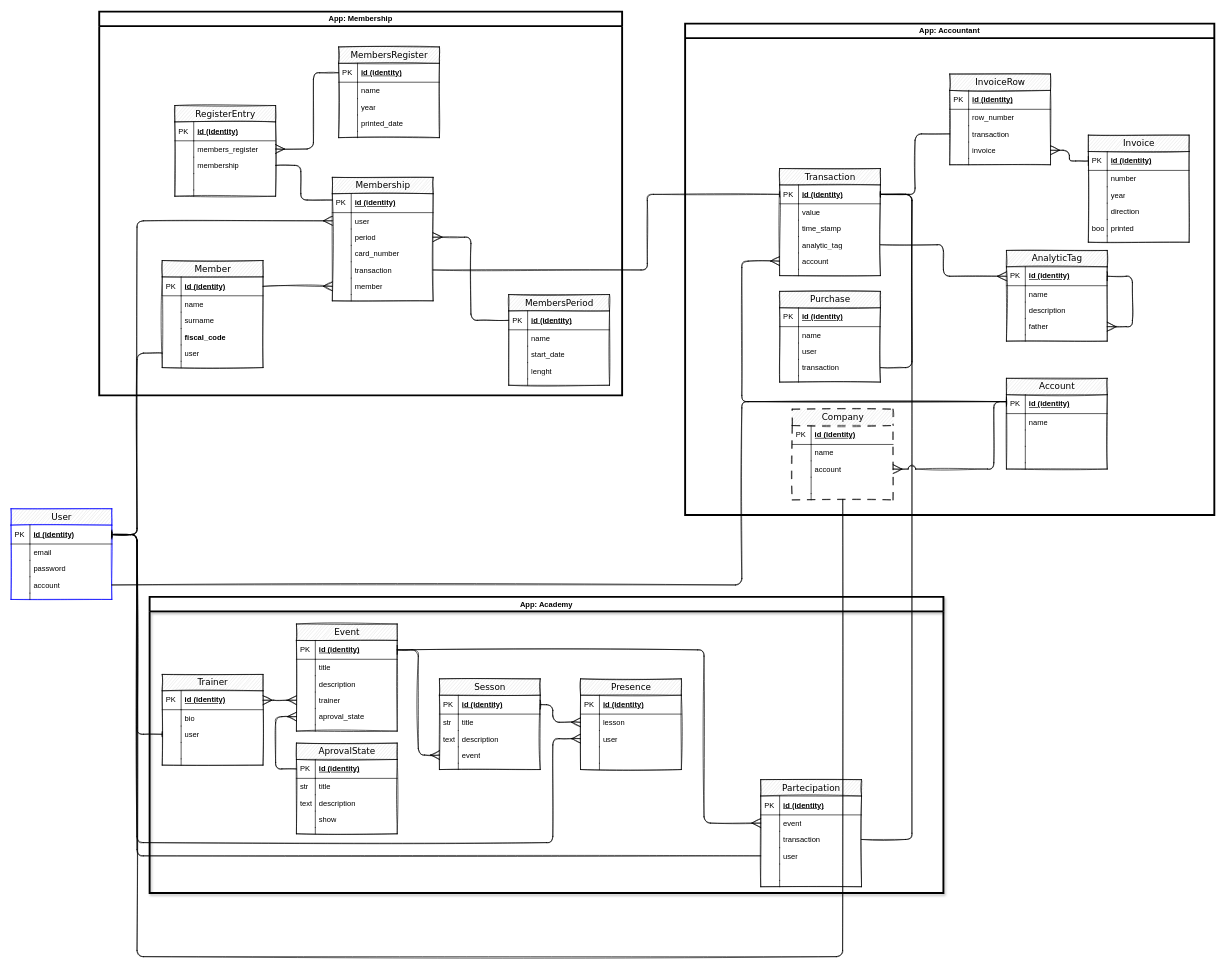
This is doc/asso-er.drawio from ConoscereLinux/asso-django, a draw.io file, before an edit. Source tidied: cells renumbered, new cells numbered last; positions are measured from the earlier drawing's top-left corner, leaving out a move shared by most shapes. Both pictures are drawn from the tidied source at 63%, with x=0, y=0 at pixel (11, 11).
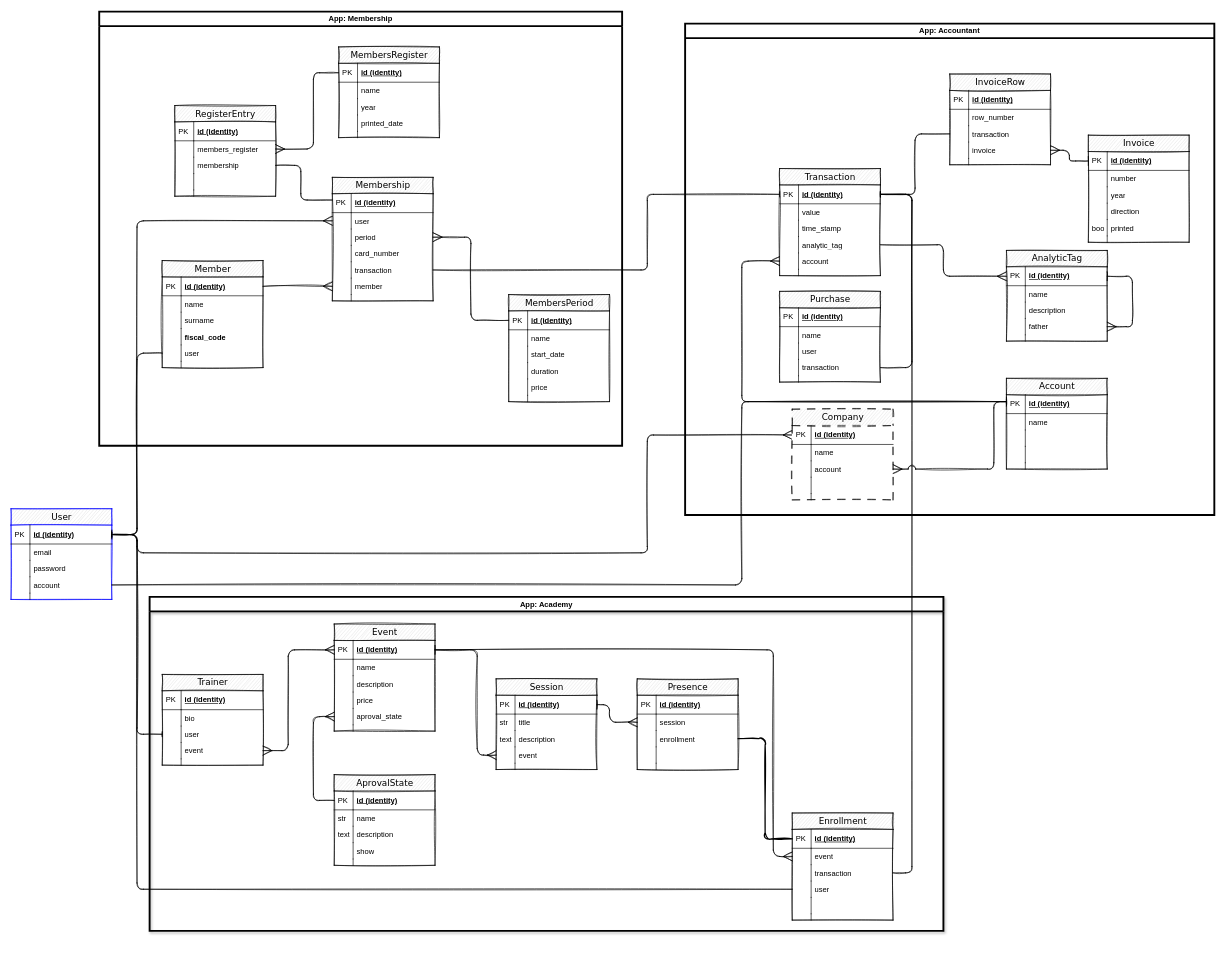
The same diagram, later.

Commit message:
Made some correction to Memeership and Academia apps.

The change refers to these unchanged cells:
```xml
<mxCell id="4" value="id (identity)" style="shape=partialRectangle;top=0;left=0;right=0;bottom=1;html=1;align=left;verticalAlign=middle;fillColor=none;spacingLeft=34;spacingRight=4;whiteSpace=wrap;overflow=hidden;points=[[0,0.5],[1,0.5]];portConstraint=eastwest;fontStyle=5;" parent="3" vertex="1">
  <mxGeometry y="26" width="160" height="30" as="geometry" />
</mxCell>
<mxCell id="15" value="id (identity)" style="shape=partialRectangle;top=0;left=0;right=0;bottom=1;html=1;align=left;verticalAlign=middle;fillColor=none;spacingLeft=34;spacingRight=4;whiteSpace=wrap;overflow=hidden;points=[[0,0.5],[1,0.5]];portConstraint=eastwest;fontStyle=5;" parent="14" vertex="1">
  <mxGeometry y="26" width="160" height="30" as="geometry" />
</mxCell>
<mxCell id="82" value="Trainer" style="swimlane;html=1;fontStyle=0;horizontal=1;startSize=26;fillColor=#e0e0e0;swimlaneFillColor=#ffffff;align=center;rounded=0;shadow=0;comic=0;labelBackgroundColor=none;strokeWidth=1;fontFamily=Verdana;fontSize=14;sketch=1;" parent="1" vertex="1">
  <mxGeometry x="240" y="1052" width="160" height="144" as="geometry" />
</mxCell>
<mxCell id="83" value="id (identity)" style="shape=partialRectangle;top=0;left=0;right=0;bottom=1;html=1;align=left;verticalAlign=middle;fillColor=none;spacingLeft=34;spacingRight=4;whiteSpace=wrap;overflow=hidden;points=[[0,0.5],[1,0.5]];portConstraint=eastwest;fontStyle=5;" parent="82" vertex="1">
  <mxGeometry y="26" width="160" height="30" as="geometry" />
</mxCell>
<mxCell id="95" value="id (identity)" style="shape=partialRectangle;top=0;left=0;right=0;bottom=1;html=1;align=left;verticalAlign=middle;fillColor=none;spacingLeft=34;spacingRight=4;whiteSpace=wrap;overflow=hidden;points=[[0,0.5],[1,0.5]];portConstraint=eastwest;fontStyle=5;" parent="94" vertex="1">
  <mxGeometry y="26" width="160" height="30" as="geometry" />
</mxCell>
<mxCell id="103" value="aproval_state" style="shape=partialRectangle;top=0;left=0;right=0;bottom=0;html=1;align=left;verticalAlign=top;fillColor=none;spacingLeft=34;spacingRight=4;whiteSpace=wrap;overflow=hidden;points=[[0,0.5],[1,0.5]];portConstraint=eastwest;" parent="94" vertex="1">
  <mxGeometry y="134" width="160" height="26" as="geometry" />
</mxCell>
<mxCell id="108" value="id (identity)" style="shape=partialRectangle;top=0;left=0;right=0;bottom=1;html=1;align=left;verticalAlign=middle;fillColor=none;spacingLeft=34;spacingRight=4;whiteSpace=wrap;overflow=hidden;points=[[0,0.5],[1,0.5]];portConstraint=eastwest;fontStyle=5;" parent="107" vertex="1">
  <mxGeometry y="26" width="160" height="30" as="geometry" />
</mxCell>
<mxCell id="110" value="event" style="shape=partialRectangle;top=0;left=0;right=0;bottom=0;html=1;align=left;verticalAlign=top;fillColor=none;spacingLeft=34;spacingRight=4;whiteSpace=wrap;overflow=hidden;points=[[0,0.5],[1,0.5]];portConstraint=eastwest;" parent="107" vertex="1">
  <mxGeometry y="56" width="160" height="26" as="geometry" />
</mxCell>
<mxCell id="114" value="user" style="shape=partialRectangle;top=0;left=0;right=0;bottom=0;html=1;align=left;verticalAlign=top;fillColor=none;spacingLeft=34;spacingRight=4;whiteSpace=wrap;overflow=hidden;points=[[0,0.5],[1,0.5]];portConstraint=eastwest;" parent="107" vertex="1">
  <mxGeometry y="108" width="160" height="26" as="geometry" />
</mxCell>
<mxCell id="150" value="id (identity)" style="shape=partialRectangle;top=0;left=0;right=0;bottom=1;html=1;align=left;verticalAlign=middle;fillColor=none;spacingLeft=34;spacingRight=4;whiteSpace=wrap;overflow=hidden;points=[[0,0.5],[1,0.5]];portConstraint=eastwest;fontStyle=5;" parent="149" vertex="1">
  <mxGeometry y="26" width="160" height="30" as="geometry" />
</mxCell>
<mxCell id="156" value="event" style="shape=partialRectangle;top=0;left=0;right=0;bottom=0;html=1;align=left;verticalAlign=top;fillColor=none;spacingLeft=34;spacingRight=4;whiteSpace=wrap;overflow=hidden;points=[[0,0.5],[1,0.5]];portConstraint=eastwest;" parent="149" vertex="1">
  <mxGeometry y="108" width="160" height="26" as="geometry" />
</mxCell>
<mxCell id="241" value="id (identity)" style="shape=partialRectangle;top=0;left=0;right=0;bottom=1;html=1;align=left;verticalAlign=middle;fillColor=none;spacingLeft=34;spacingRight=4;whiteSpace=wrap;overflow=hidden;points=[[0,0.5],[1,0.5]];portConstraint=eastwest;fontStyle=5;" parent="240" vertex="1">
  <mxGeometry y="26" width="160" height="30" as="geometry" />
</mxCell>
```

The edit, as a diff of the source:
```diff
@@
     <mxCell id="2" value="App: Academy" style="swimlane;whiteSpace=wrap;html=1;strokeWidth=3;gradientColor=none;swimlaneFillColor=none;glass=0;rounded=0;shadow=1;fillStyle=auto;" parent="1" vertex="1">
-      <mxGeometry x="220" y="929" width="1260" height="470" as="geometry" />
+      <mxGeometry x="220" y="929" width="1260" height="530" as="geometry" />
     </mxCell>
     <mxCell id="3" value="AprovalState" style="swimlane;html=1;fontStyle=0;horizontal=1;startSize=26;fillColor=#e0e0e0;swimlaneFillColor=#ffffff;align=center;rounded=0;shadow=0;comic=0;labelBackgroundColor=none;strokeWidth=1;fontFamily=Verdana;fontSize=14;sketch=1;" parent="2" vertex="1">
-      <mxGeometry x="233" y="232" width="160" height="144" as="geometry" />
+      <mxGeometry x="293" y="282" width="160" height="144" as="geometry" />
     </mxCell>
@@
-    <mxCell id="6" value="title" style="shape=partialRectangle;top=0;left=0;right=0;bottom=0;html=1;align=left;verticalAlign=top;fillColor=none;spacingLeft=34;spacingRight=4;whiteSpace=wrap;overflow=hidden;" parent="3" vertex="1">
+    <mxCell id="6" value="name" style="shape=partialRectangle;top=0;left=0;right=0;bottom=0;html=1;align=left;verticalAlign=top;fillColor=none;spacingLeft=34;spacingRight=4;whiteSpace=wrap;overflow=hidden;" parent="3" vertex="1">
       <mxGeometry y="56" width="160" height="26" as="geometry" />
     </mxCell>
@@
-    <mxCell id="89" style="shape=partialRectangle;top=0;left=0;right=0;bottom=0;html=1;align=left;verticalAlign=top;fillColor=none;spacingLeft=34;spacingRight=4;whiteSpace=wrap;overflow=hidden;points=[[0,0.5],[1,0.5]];portConstraint=eastwest;" parent="82" vertex="1">
+    <mxCell id="89" value="event" style="shape=partialRectangle;top=0;left=0;right=0;bottom=0;html=1;align=left;verticalAlign=top;fillColor=none;spacingLeft=34;spacingRight=4;whiteSpace=wrap;overflow=hidden;points=[[0,0.5],[1,0.5]];portConstraint=eastwest;" parent="82" vertex="1">
       <mxGeometry y="108" width="160" height="26" as="geometry" />
     </mxCell>
@@
     <mxCell id="94" value="Event" style="swimlane;html=1;fontStyle=0;horizontal=1;startSize=26;fillColor=#e0e0e0;swimlaneFillColor=#ffffff;align=center;rounded=0;shadow=0;comic=0;labelBackgroundColor=none;strokeWidth=1;fontFamily=Verdana;fontSize=14;sketch=1;" parent="1" vertex="1">
-      <mxGeometry x="453" y="972" width="160" height="170" as="geometry" />
+      <mxGeometry x="513" y="972" width="160" height="170" as="geometry" />
     </mxCell>
@@
-    <mxCell id="97" value="title" style="shape=partialRectangle;top=0;left=0;right=0;bottom=0;html=1;align=left;verticalAlign=top;fillColor=none;spacingLeft=34;spacingRight=4;whiteSpace=wrap;overflow=hidden;" parent="94" vertex="1">
+    <mxCell id="97" value="name" style="shape=partialRectangle;top=0;left=0;right=0;bottom=0;html=1;align=left;verticalAlign=top;fillColor=none;spacingLeft=34;spacingRight=4;whiteSpace=wrap;overflow=hidden;" parent="94" vertex="1">
       <mxGeometry y="56" width="160" height="26" as="geometry" />
     </mxCell>
@@
-    <mxCell id="101" value="trainer" style="shape=partialRectangle;top=0;left=0;right=0;bottom=0;html=1;align=left;verticalAlign=top;fillColor=none;spacingLeft=34;spacingRight=4;whiteSpace=wrap;overflow=hidden;points=[[0,0.5],[1,0.5]];portConstraint=eastwest;" parent="94" vertex="1">
+    <mxCell id="101" value="price" style="shape=partialRectangle;top=0;left=0;right=0;bottom=0;html=1;align=left;verticalAlign=top;fillColor=none;spacingLeft=34;spacingRight=4;whiteSpace=wrap;overflow=hidden;points=[[0,0.5],[1,0.5]];portConstraint=eastwest;" parent="94" vertex="1">
       <mxGeometry y="108" width="160" height="26" as="geometry" />
     </mxCell>
@@
-    <mxCell id="107" value="Partecipation" style="swimlane;html=1;fontStyle=0;horizontal=1;startSize=26;fillColor=#e0e0e0;swimlaneFillColor=#ffffff;align=center;rounded=0;shadow=0;comic=0;labelBackgroundColor=none;strokeWidth=1;fontFamily=Verdana;fontSize=14;sketch=1;" parent="1" vertex="1">
-      <mxGeometry x="1190" y="1219" width="160" height="170" as="geometry" />
+    <mxCell id="107" value="Enrollment" style="swimlane;html=1;fontStyle=0;horizontal=1;startSize=26;fillColor=#e0e0e0;swimlaneFillColor=#ffffff;align=center;rounded=0;shadow=0;comic=0;labelBackgroundColor=none;strokeWidth=1;fontFamily=Verdana;fontSize=14;sketch=1;" parent="1" vertex="1">
+      <mxGeometry x="1240" y="1272" width="160" height="170" as="geometry" />
     </mxCell>
@@
     <mxCell id="121" style="edgeStyle=elbowEdgeStyle;rounded=1;sketch=1;jettySize=auto;html=1;endArrow=baseDash;endFill=0;" parent="1" edge="1" source="114" target="15">
       <mxGeometry relative="1" as="geometry">
         <Array as="points">
+          <mxPoint x="200" y="1019" />
+          <mxPoint x="710" y="1399" />
           <mxPoint x="200" y="959" />
           <mxPoint x="220" y="999" />
         </Array>
       </mxGeometry>
     </mxCell>
-    <mxCell id="122" style="edgeStyle=elbowEdgeStyle;rounded=1;sketch=1;jettySize=auto;html=1;endArrow=ERmany;endFill=0;startArrow=ERmany;startFill=0;endSize=12;startSize=12;" parent="1" edge="1" source="83" target="101">
-      <mxGeometry relative="1" as="geometry" />
+    <mxCell id="122" style="edgeStyle=elbowEdgeStyle;rounded=1;sketch=1;jettySize=auto;html=1;endArrow=ERmany;endFill=0;startArrow=ERmany;startFill=0;endSize=12;startSize=12;" parent="1" edge="1" source="89" target="95">
+      <mxGeometry relative="1" as="geometry">
+        <Array as="points">
+          <mxPoint x="440" y="1099" />
+        </Array>
+      </mxGeometry>
     </mxCell>
     <mxCell id="123" style="edgeStyle=elbowEdgeStyle;rounded=1;sketch=1;jettySize=auto;html=1;endArrow=ERmany;endFill=0;endSize=12;startSize=12;" parent="1" edge="1" source="95" target="110">
       <mxGeometry relative="1" as="geometry">
         <Array as="points">
-          <mxPoint x="1100" y="1119" />
+          <mxPoint x="1210" y="1179" />
           <mxPoint x="960" y="1079" />
           <mxPoint x="860" y="1119" />
         </Array>
       </mxGeometry>
     </mxCell>
@@
-    <mxCell id="149" value="Sesson" style="swimlane;html=1;fontStyle=0;horizontal=1;startSize=26;fillColor=#e0e0e0;swimlaneFillColor=#ffffff;align=center;rounded=0;shadow=0;comic=0;labelBackgroundColor=none;strokeWidth=1;fontFamily=Verdana;fontSize=14;sketch=1;" parent="1" vertex="1">
-      <mxGeometry x="680" y="1059" width="160" height="144" as="geometry" />
+    <mxCell id="149" value="Session" style="swimlane;html=1;fontStyle=0;horizontal=1;startSize=26;fillColor=#e0e0e0;swimlaneFillColor=#ffffff;align=center;rounded=0;shadow=0;comic=0;labelBackgroundColor=none;strokeWidth=1;fontFamily=Verdana;fontSize=14;sketch=1;" parent="1" vertex="1">
+      <mxGeometry x="770" y="1059" width="160" height="144" as="geometry" />
     </mxCell>
@@
     <mxCell id="160" style="edgeStyle=orthogonalEdgeStyle;jettySize=auto;html=1;endArrow=baseDash;endFill=0;startArrow=ERmany;startFill=0;rounded=1;sketch=1;endSize=12;startSize=12;" parent="1" edge="1" source="156" target="95">
-      <mxGeometry relative="1" as="geometry" />
+      <mxGeometry relative="1" as="geometry">
+        <Array as="points">
+          <mxPoint x="740" y="1180" />
+          <mxPoint x="740" y="1013" />
+        </Array>
+      </mxGeometry>
     </mxCell>
     <mxCell id="161" value="Presence" style="swimlane;html=1;fontStyle=0;horizontal=1;startSize=26;fillColor=#e0e0e0;swimlaneFillColor=#ffffff;align=center;rounded=0;shadow=0;comic=0;labelBackgroundColor=none;strokeWidth=1;fontFamily=Verdana;fontSize=14;sketch=1;" parent="1" vertex="1">
-      <mxGeometry x="904" y="1059" width="160" height="144" as="geometry" />
+      <mxGeometry x="994" y="1059" width="160" height="144" as="geometry" />
     </mxCell>
@@
-    <mxCell id="164" value="lesson" style="shape=partialRectangle;top=0;left=0;right=0;bottom=0;html=1;align=left;verticalAlign=top;fillColor=none;spacingLeft=34;spacingRight=4;whiteSpace=wrap;overflow=hidden;points=[[0,0.5],[1,0.5]];portConstraint=eastwest;" parent="161" vertex="1">
+    <mxCell id="164" value="session" style="shape=partialRectangle;top=0;left=0;right=0;bottom=0;html=1;align=left;verticalAlign=top;fillColor=none;spacingLeft=34;spacingRight=4;whiteSpace=wrap;overflow=hidden;points=[[0,0.5],[1,0.5]];portConstraint=eastwest;" parent="161" vertex="1">
       <mxGeometry y="56" width="160" height="26" as="geometry" />
     </mxCell>
@@
-    <mxCell id="166" value="user" style="shape=partialRectangle;top=0;left=0;right=0;bottom=0;html=1;align=left;verticalAlign=top;fillColor=none;spacingLeft=34;spacingRight=4;whiteSpace=wrap;overflow=hidden;points=[[0,0.5],[1,0.5]];portConstraint=eastwest;" parent="161" vertex="1">
+    <mxCell id="166" value="enrollment" style="shape=partialRectangle;top=0;left=0;right=0;bottom=0;html=1;align=left;verticalAlign=top;fillColor=none;spacingLeft=34;spacingRight=4;whiteSpace=wrap;overflow=hidden;points=[[0,0.5],[1,0.5]];portConstraint=eastwest;" parent="161" vertex="1">
       <mxGeometry y="82" width="160" height="26" as="geometry" />
     </mxCell>
@@
-    <mxCell id="172" style="edgeStyle=orthogonalEdgeStyle;rounded=1;sketch=1;jettySize=auto;html=1;startArrow=ERmany;startFill=0;endArrow=baseDash;endFill=0;startSize=12;" parent="1" edge="1" source="166" target="15">
-      <mxGeometry relative="1" as="geometry">
-        <Array as="points">
-          <mxPoint x="860" y="1154" />
-          <mxPoint x="860" y="1319" />
-          <mxPoint x="200" y="1319" />
-          <mxPoint x="200" y="830" />
-        </Array>
-      </mxGeometry>
-    </mxCell>
     <mxCell id="173" style="edgeStyle=orthogonalEdgeStyle;rounded=1;sketch=1;jettySize=auto;html=1;startArrow=ERmany;startFill=0;endArrow=baseDash;endFill=0;endSize=12;startSize=12;" parent="1" edge="1" source="164" target="150">
       <mxGeometry relative="1" as="geometry">
         <Array as="points">
-          <mxPoint x="860" y="1128" />
-          <mxPoint x="860" y="1100" />
+          <mxPoint x="950" y="1128" />
+          <mxPoint x="950" y="1100" />
         </Array>
       </mxGeometry>
     </mxCell>
@@
     <mxCell id="200" style="edgeStyle=orthogonalEdgeStyle;rounded=1;sketch=1;jettySize=auto;html=1;entryX=1;entryY=0.5;entryDx=0;entryDy=0;startArrow=ERmany;startFill=0;endArrow=baseDash;endFill=0;endSize=12;startSize=12;" parent="1" edge="1" source="241" target="15">
       <mxGeometry relative="1" as="geometry">
         <Array as="points">
-          <mxPoint x="200" y="1500" />
+          <mxPoint x="1010" y="672" />
+          <mxPoint x="1010" y="859" />
+          <mxPoint x="200" y="859" />
           <mxPoint x="200" y="830" />
         </Array>
       </mxGeometry>
     </mxCell>
@@
     <mxCell id="216" value="App: Membership" style="swimlane;whiteSpace=wrap;html=1;strokeWidth=3;" parent="1" vertex="1">
-      <mxGeometry x="140" width="830" height="609" as="geometry" />
+      <mxGeometry x="140" width="830" height="689" as="geometry" />
     </mxCell>
     <mxCell id="217" value="MembersPeriod" style="swimlane;html=1;fontStyle=0;horizontal=1;startSize=26;fillColor=#e0e0e0;swimlaneFillColor=#ffffff;align=center;rounded=0;shadow=0;comic=0;labelBackgroundColor=none;strokeWidth=1;fontFamily=Verdana;fontSize=14;sketch=1;" parent="216" vertex="1">
-      <mxGeometry x="650" y="449" width="160" height="144" as="geometry" />
+      <mxGeometry x="650" y="449" width="160" height="170" as="geometry" />
     </mxCell>
@@
-    <mxCell id="224" value="lenght" style="shape=partialRectangle;top=0;left=0;right=0;bottom=0;html=1;align=left;verticalAlign=top;fillColor=none;spacingLeft=34;spacingRight=4;whiteSpace=wrap;overflow=hidden;" parent="217" vertex="1">
+    <mxCell id="224" value="duration" style="shape=partialRectangle;top=0;left=0;right=0;bottom=0;html=1;align=left;verticalAlign=top;fillColor=none;spacingLeft=34;spacingRight=4;whiteSpace=wrap;overflow=hidden;" parent="217" vertex="1">
       <mxGeometry y="108" width="160" height="26" as="geometry" />
     </mxCell>
@@
+    <mxCell id="253" value="price" style="shape=partialRectangle;top=0;left=0;right=0;bottom=0;html=1;align=left;verticalAlign=top;fillColor=none;spacingLeft=34;spacingRight=4;whiteSpace=wrap;overflow=hidden;" parent="217" vertex="1">
+      <mxGeometry y="134" width="160" height="26" as="geometry" />
+    </mxCell>
+    <mxCell id="254" style="shape=partialRectangle;top=0;left=0;bottom=0;html=1;fillColor=none;align=left;verticalAlign=top;spacingLeft=4;spacingRight=4;whiteSpace=wrap;overflow=hidden;" parent="253" vertex="1">
+      <mxGeometry width="30" height="26" as="geometry" />
+    </mxCell>
     <mxCell id="226" style="shape=partialRectangle;top=0;left=0;right=0;bottom=0;html=1;align=left;verticalAlign=top;fillColor=none;spacingLeft=34;spacingRight=4;whiteSpace=wrap;overflow=hidden;" parent="217" vertex="1">
-      <mxGeometry y="134" width="160" height="10" as="geometry" />
+      <mxGeometry y="160" width="160" height="10" as="geometry" />
     </mxCell>
@@
     <mxCell id="251" style="edgeStyle=elbowEdgeStyle;shape=connector;rounded=1;sketch=1;jettySize=auto;html=1;labelBackgroundColor=default;strokeColor=default;fontFamily=Helvetica;fontSize=11;fontColor=default;startArrow=ERmany;startFill=0;endArrow=none;endFill=0;startSize=12;endSize=12;" parent="1" edge="1" source="103" target="4">
       <mxGeometry relative="1" as="geometry">
         <Array as="points">
-          <mxPoint x="420" y="1159" />
+          <mxPoint x="480" y="1189" />
         </Array>
       </mxGeometry>
     </mxCell>
@@
+    <mxCell id="255" style="edgeStyle=orthogonalEdgeStyle;rounded=1;jettySize=auto;html=1;sketch=1;curveFitting=1;jiggle=2;strokeWidth=2;endArrow=none;endFill=0;" parent="1" edge="1" source="166" target="108">
+      <mxGeometry relative="1" as="geometry" />
+    </mxCell>
```
